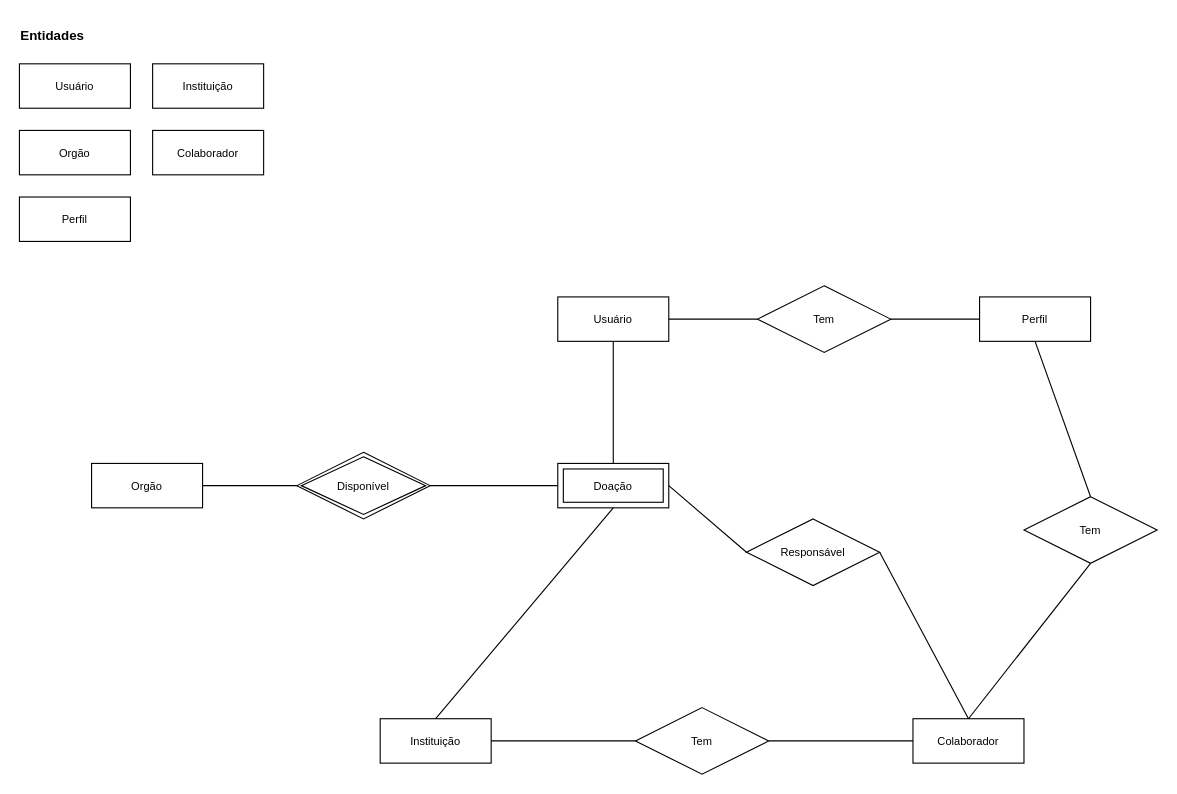
This is DER/DER-SDTO.drawio from squadlovelace/sdto-data-model, a draw.io file, before an edit. Source tidied: cells renumbered, new cells numbered last; positions are measured from the earlier drawing's top-left corner, leaving out a move shared by most shapes. Both pictures are drawn from the tidied source at 111%, with x=0, y=0 at pixel (19, 19).
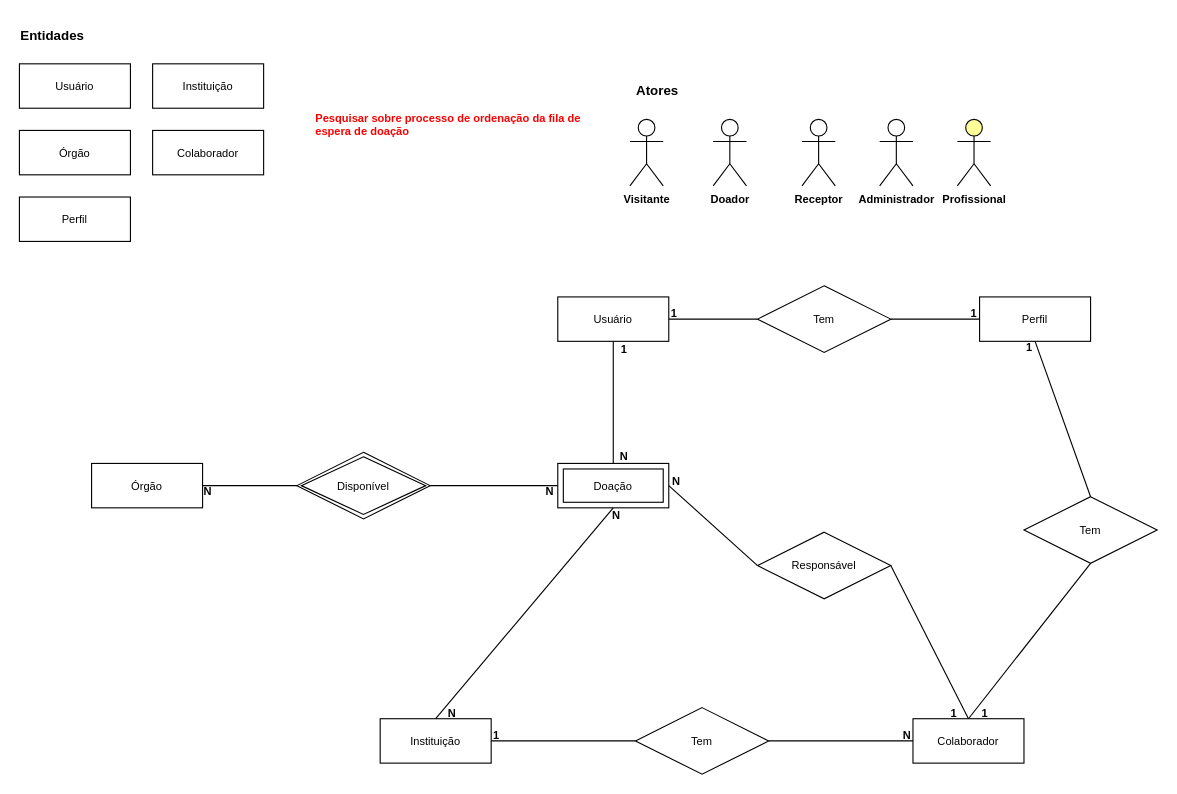
The same page after the edit.

Commit message:
ajustes das cardinalidades do DER

Diff of the diagram source:
```diff
@@
-    <mxCell id="3" value="Orgão" style="whiteSpace=wrap;html=1;align=center;fontSize=10;fontFamily=Helvetica;" parent="1" vertex="1">
+    <mxCell id="3" value="Órgão" style="whiteSpace=wrap;html=1;align=center;fontSize=10;fontFamily=Helvetica;" parent="1" vertex="1">
       <mxGeometry y="100" width="100" height="40" as="geometry" />
     </mxCell>
@@
-    <mxCell id="20" value="Orgão" style="whiteSpace=wrap;html=1;align=center;fontSize=10;fontFamily=Helvetica;" parent="1" vertex="1">
+    <mxCell id="20" value="Órgão" style="whiteSpace=wrap;html=1;align=center;fontSize=10;fontFamily=Helvetica;" parent="1" vertex="1">
       <mxGeometry x="65" y="400" width="100" height="40" as="geometry" />
     </mxCell>
@@
     <mxCell id="26" value="Responsável" style="shape=rhombus;perimeter=rhombusPerimeter;whiteSpace=wrap;html=1;align=center;fontFamily=Helvetica;fontSize=10;" parent="1" vertex="1">
-      <mxGeometry x="655" y="450" width="120" height="60" as="geometry" />
+      <mxGeometry x="665" y="462" width="120" height="60" as="geometry" />
     </mxCell>
@@
+    <mxCell id="31" value="Visitante" style="shape=umlActor;html=1;verticalLabelPosition=bottom;verticalAlign=top;align=center;fontFamily=Helvetica;fontSize=10;fontStyle=1;" parent="1" vertex="1">
+      <mxGeometry x="550" y="90" width="30" height="60" as="geometry" />
+    </mxCell>
+    <mxCell id="32" value="Doador" style="shape=umlActor;html=1;verticalLabelPosition=bottom;verticalAlign=top;align=center;fontFamily=Helvetica;fontSize=10;fontStyle=1;" parent="1" vertex="1">
+      <mxGeometry x="625" y="90" width="30" height="60" as="geometry" />
+    </mxCell>
+    <mxCell id="33" value="Receptor" style="shape=umlActor;html=1;verticalLabelPosition=bottom;verticalAlign=top;align=center;fontFamily=Helvetica;fontSize=10;fontStyle=1;" parent="1" vertex="1">
+      <mxGeometry x="705" y="90" width="30" height="60" as="geometry" />
+    </mxCell>
+    <mxCell id="34" value="Administrador" style="shape=umlActor;html=1;verticalLabelPosition=bottom;verticalAlign=top;align=center;fontFamily=Helvetica;fontSize=10;fontStyle=1;" parent="1" vertex="1">
+      <mxGeometry x="775" y="90" width="30" height="60" as="geometry" />
+    </mxCell>
+    <mxCell id="35" value="Profissional" style="shape=umlActor;html=1;verticalLabelPosition=bottom;verticalAlign=top;align=center;fontFamily=Helvetica;fontSize=10;fillColor=#FFFF99;fontStyle=1;" parent="1" vertex="1">
+      <mxGeometry x="845" y="90" width="30" height="60" as="geometry" />
+    </mxCell>
+    <mxCell id="36" value="Atores" style="text;html=1;strokeColor=none;fillColor=none;align=center;verticalAlign=middle;whiteSpace=wrap;rounded=0;fontStyle=1;" parent="1" vertex="1">
+      <mxGeometry x="545" y="50" width="60" height="30" as="geometry" />
+    </mxCell>
+    <mxCell id="37" value="1" style="text;html=1;strokeColor=none;fillColor=none;align=center;verticalAlign=middle;whiteSpace=wrap;rounded=0;fontFamily=Helvetica;fontSize=10;fontStyle=1;" parent="1" vertex="1">
+      <mxGeometry x="840" y="610" width="60" height="30" as="geometry" />
+    </mxCell>
+    <mxCell id="38" value="1" style="text;html=1;strokeColor=none;fillColor=none;align=center;verticalAlign=middle;whiteSpace=wrap;rounded=0;fontFamily=Helvetica;fontSize=10;fontStyle=1;" parent="1" vertex="1">
+      <mxGeometry x="560" y="250" width="60" height="30" as="geometry" />
+    </mxCell>
+    <mxCell id="39" value="1" style="text;html=1;strokeColor=none;fillColor=none;align=center;verticalAlign=middle;whiteSpace=wrap;rounded=0;fontFamily=Helvetica;fontSize=10;fontStyle=1;" parent="1" vertex="1">
+      <mxGeometry x="880" y="280" width="60" height="30" as="geometry" />
+    </mxCell>
+    <mxCell id="40" value="1" style="text;html=1;strokeColor=none;fillColor=none;align=center;verticalAlign=middle;whiteSpace=wrap;rounded=0;fontFamily=Helvetica;fontSize=10;fontStyle=1;" parent="1" vertex="1">
+      <mxGeometry x="400" y="630" width="60" height="30" as="geometry" />
+    </mxCell>
+    <mxCell id="41" value="N" style="text;html=1;strokeColor=none;fillColor=none;align=center;verticalAlign=middle;whiteSpace=wrap;rounded=0;fontFamily=Helvetica;fontSize=10;fontStyle=1;" parent="1" vertex="1">
+      <mxGeometry x="770" y="630" width="60" height="30" as="geometry" />
+    </mxCell>
+    <mxCell id="42" value="N" style="text;html=1;strokeColor=none;fillColor=none;align=center;verticalAlign=middle;whiteSpace=wrap;rounded=0;fontFamily=Helvetica;fontSize=10;fontStyle=1;" parent="1" vertex="1">
+      <mxGeometry x="360" y="610" width="60" height="30" as="geometry" />
+    </mxCell>
+    <mxCell id="43" value="N" style="text;html=1;strokeColor=none;fillColor=none;align=center;verticalAlign=middle;whiteSpace=wrap;rounded=0;fontFamily=Helvetica;fontSize=10;fontStyle=1;" parent="1" vertex="1">
+      <mxGeometry x="508" y="432" width="60" height="30" as="geometry" />
+    </mxCell>
+    <mxCell id="44" value="N" style="text;html=1;strokeColor=none;fillColor=none;align=center;verticalAlign=middle;whiteSpace=wrap;rounded=0;fontFamily=Helvetica;fontSize=10;fontStyle=1;" parent="1" vertex="1">
+      <mxGeometry x="448" y="410" width="60" height="30" as="geometry" />
+    </mxCell>
+    <mxCell id="45" value="N" style="text;html=1;strokeColor=none;fillColor=none;align=center;verticalAlign=middle;whiteSpace=wrap;rounded=0;fontFamily=Helvetica;fontSize=10;fontStyle=1;" parent="1" vertex="1">
+      <mxGeometry x="140" y="410" width="60" height="30" as="geometry" />
+    </mxCell>
+    <mxCell id="46" value="N" style="text;html=1;strokeColor=none;fillColor=none;align=center;verticalAlign=middle;whiteSpace=wrap;rounded=0;fontFamily=Helvetica;fontSize=10;fontStyle=1;" parent="1" vertex="1">
+      <mxGeometry x="562" y="401" width="60" height="30" as="geometry" />
+    </mxCell>
+    <mxCell id="47" value="1" style="text;html=1;strokeColor=none;fillColor=none;align=center;verticalAlign=middle;whiteSpace=wrap;rounded=0;fontFamily=Helvetica;fontSize=10;fontStyle=1;" parent="1" vertex="1">
+      <mxGeometry x="812" y="610" width="60" height="30" as="geometry" />
+    </mxCell>
+    <mxCell id="48" value="N" style="text;html=1;strokeColor=none;fillColor=none;align=center;verticalAlign=middle;whiteSpace=wrap;rounded=0;fontFamily=Helvetica;fontSize=10;fontStyle=1;" parent="1" vertex="1">
+      <mxGeometry x="515" y="378" width="60" height="30" as="geometry" />
+    </mxCell>
+    <mxCell id="49" value="1" style="text;html=1;strokeColor=none;fillColor=none;align=center;verticalAlign=middle;whiteSpace=wrap;rounded=0;fontFamily=Helvetica;fontSize=10;fontStyle=1;" parent="1" vertex="1">
+      <mxGeometry x="515" y="282" width="60" height="30" as="geometry" />
+    </mxCell>
+    <mxCell id="50" value="1" style="text;html=1;strokeColor=none;fillColor=none;align=center;verticalAlign=middle;whiteSpace=wrap;rounded=0;fontFamily=Helvetica;fontSize=10;fontStyle=1;" parent="1" vertex="1">
+      <mxGeometry x="830" y="250" width="60" height="30" as="geometry" />
+    </mxCell>
+    <mxCell id="51" value="Pesquisar sobre processo de ordenação da fila de espera de doação" style="text;html=1;strokeColor=none;fillColor=none;align=left;verticalAlign=middle;whiteSpace=wrap;rounded=0;fontFamily=Helvetica;fontSize=10;fontStyle=1;fontColor=#FF0000;" parent="1" vertex="1">
+      <mxGeometry x="265" y="80" width="245" height="30" as="geometry" />
+    </mxCell>
```
